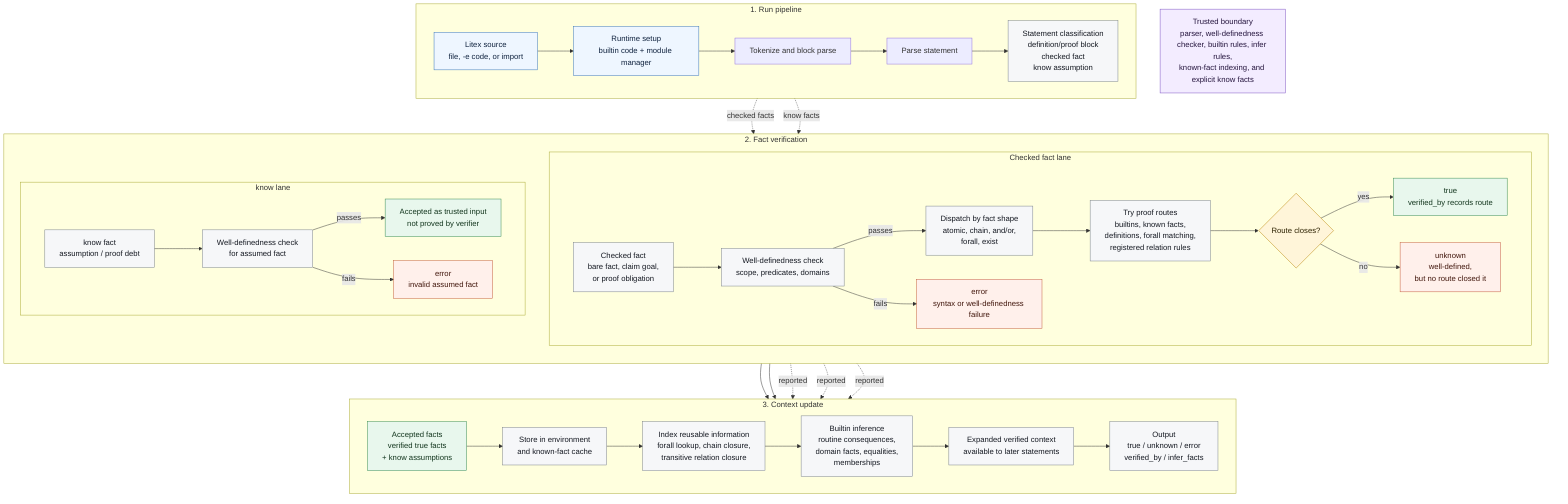
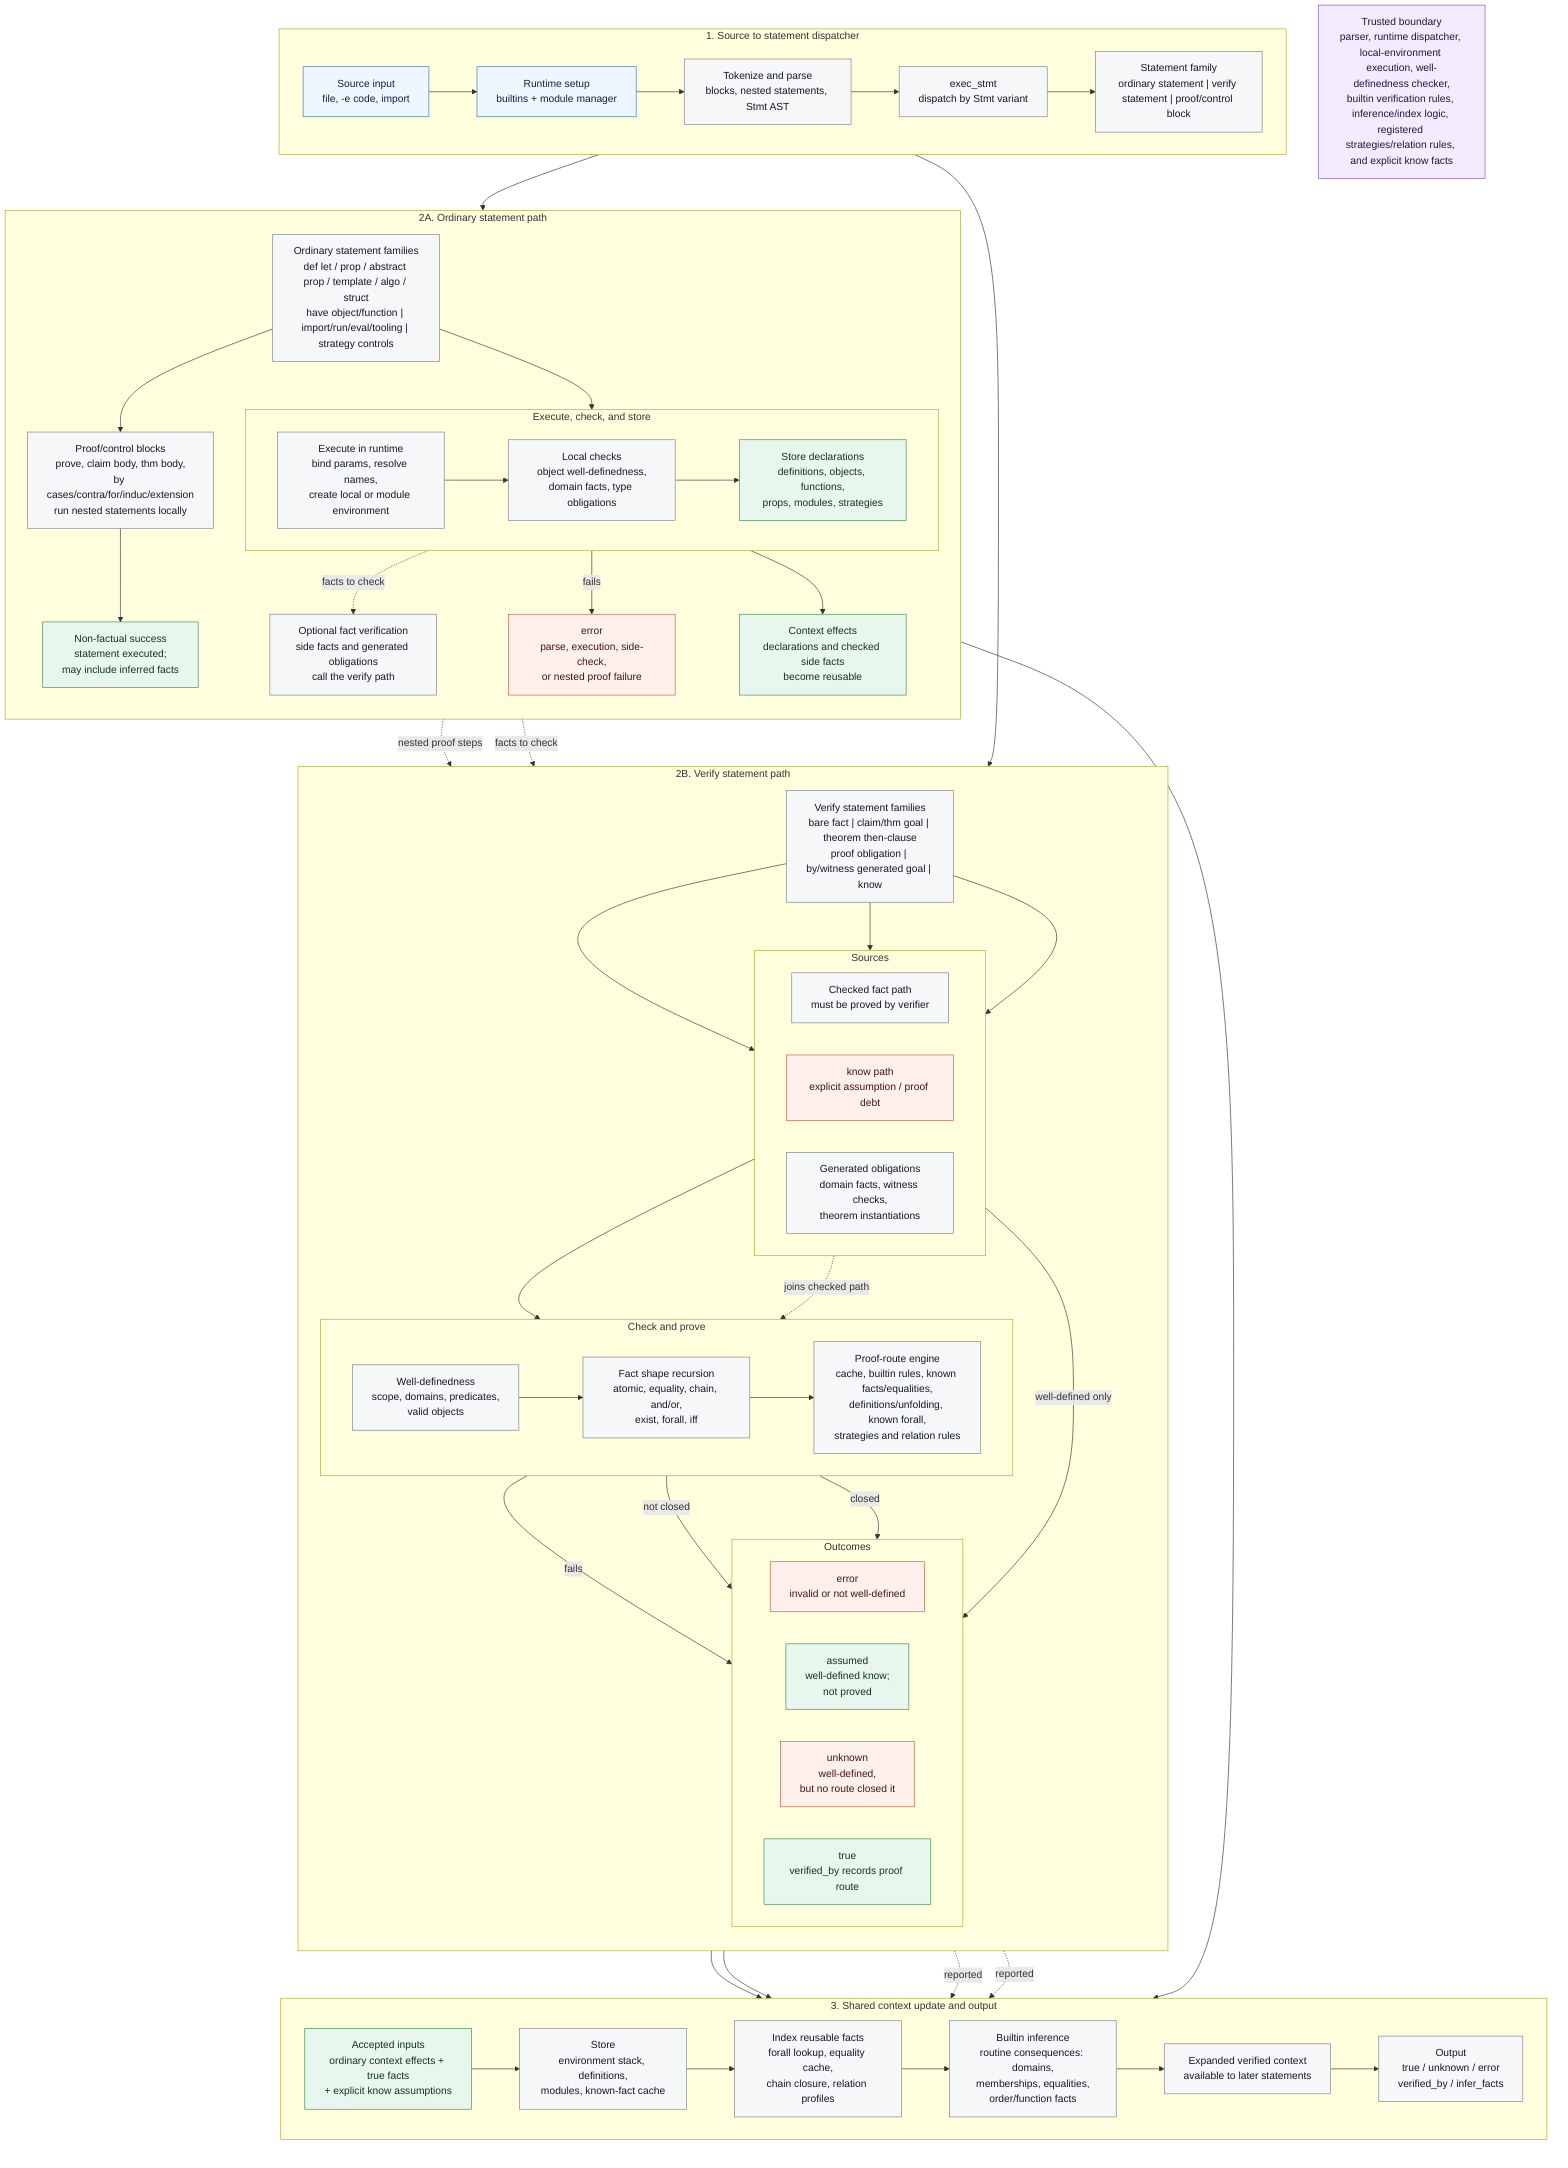
- %% Litex verifier flow.
+ %% Litex whole-run flow.
%% This is the canonical editable source for assets/verifier_flow.png.
- %% The rendered PNG keeps the top pipeline linear and uses separate lanes
- %% below it to avoid cross-region connector clutter.
+ %% The rendered PNG uses the same structure but is manually laid out for
+ %% publication quality.
flowchart TB
-     subgraph run["1. Run pipeline"]
+     subgraph source["1. Source to statement dispatcher"]
        direction LR
-         source["Litex source<br/>file, -e code, or import"]
-         runtime["Runtime setup<br/>builtin code + module manager"]
-         tokenize["Tokenize and block parse"]
-         parse["Parse statement"]
-         classify["Statement classification<br/>definition/proof block<br/>checked fact<br/>know assumption"]
+         input["Source input<br/>file, -e code, import"]
+         runtime["Runtime setup<br/>builtins + module manager"]
+         parse["Tokenize and parse<br/>blocks, nested statements, Stmt AST"]
+         dispatch["exec_stmt<br/>dispatch by Stmt variant"]
+         family["Statement family<br/>ordinary statement | verify statement | proof/control block"]

-         source --> runtime --> tokenize --> parse --> classify
+         input --> runtime --> parse --> dispatch --> family
    end

-     subgraph verify["2. Fact verification"]
+     subgraph ordinary["2A. Ordinary statement path"]
        direction TB
+         ordinary_family["Ordinary statement families<br/>def let / prop / abstract prop / template / algo / struct<br/>have object/function | import/run/eval/tooling | strategy controls"]

-         subgraph checked_lane["Checked fact lane"]
+         subgraph ordinary_core["Execute, check, and store"]
            direction LR
-             checked["Checked fact<br/>bare fact, claim goal,<br/>or proof obligation"]
-             wd["Well-definedness check<br/>scope, predicates, domains"]
-             shape["Dispatch by fact shape<br/>atomic, chain, and/or,<br/>forall, exist"]
-             routes["Try proof routes<br/>builtins, known facts,<br/>definitions, forall matching,<br/>registered relation rules"]
-             route_ok{"Route closes?"}
-             proved["true<br/>verified_by records route"]
-             unknown["unknown<br/>well-defined,<br/>but no route closed it"]
-             err["error<br/>syntax or well-definedness failure"]
- 
-             checked --> wd
-             wd -->|"passes"| shape --> routes --> route_ok
-             wd -->|"fails"| err
-             route_ok -->|"yes"| proved
-             route_ok -->|"no"| unknown
+             exec_runtime["Execute in runtime<br/>bind params, resolve names,<br/>create local or module environment"]
+             local_checks["Local checks<br/>object well-definedness,<br/>domain facts, type obligations"]
+             store_decls["Store declarations<br/>definitions, objects, functions,<br/>props, modules, strategies"]
        end

-         subgraph know_lane["know lane"]
-             direction LR
-             know["know fact<br/>assumption / proof debt"]
-             know_wd["Well-definedness check<br/>for assumed fact"]
-             assumed["Accepted as trusted input<br/>not proved by verifier"]
-             know_err["error<br/>invalid assumed fact"]
+         proof_blocks["Proof/control blocks<br/>prove, claim body, thm body,<br/>by cases/contra/for/induc/extension<br/>run nested statements locally"]
+         side_verify["Optional fact verification<br/>side facts and generated obligations<br/>call the verify path"]
+         ordinary_success["Non-factual success<br/>statement executed;<br/>may include inferred facts"]
+         ordinary_error["error<br/>parse, execution, side-check,<br/>or nested proof failure"]
+         context_effects["Context effects<br/>declarations and checked side facts<br/>become reusable"]

-             know --> know_wd
-             know_wd -->|"passes"| assumed
-             know_wd -->|"fails"| know_err
-         end
+         ordinary_family --> exec_runtime --> local_checks --> store_decls
+         ordinary_family --> proof_blocks
+         local_checks -. "facts to check" .-> side_verify
+         proof_blocks --> ordinary_success
+         local_checks -->|"fails"| ordinary_error
+         store_decls --> context_effects
    end

-     subgraph update["3. Context update"]
+     subgraph verify["2B. Verify statement path"]
+         direction TB
+         verify_family["Verify statement families<br/>bare fact | claim/thm goal | theorem then-clause<br/>proof obligation | by/witness generated goal | know"]
+ 
+         subgraph verify_sources["Sources"]
+             direction LR
+             checked["Checked fact path<br/>must be proved by verifier"]
+             know["know path<br/>explicit assumption / proof debt"]
+             generated["Generated obligations<br/>domain facts, witness checks,<br/>theorem instantiations"]
+         end
+ 
+         subgraph verify_core["Check and prove"]
+             direction LR
+             wd["Well-definedness<br/>scope, domains, predicates,<br/>valid objects"]
+             shape["Fact shape recursion<br/>atomic, equality, chain, and/or,<br/>exist, forall, iff"]
+             routes["Proof-route engine<br/>cache, builtin rules, known facts/equalities,<br/>definitions/unfolding, known forall,<br/>strategies and relation rules"]
+         end
+ 
+         subgraph outcomes["Outcomes"]
+             direction LR
+             err["error<br/>invalid or not well-defined"]
+             assumed["assumed<br/>well-defined know;<br/>not proved"]
+             unknown["unknown<br/>well-defined,<br/>but no route closed it"]
+             proved["true<br/>verified_by records proof route"]
+         end
+ 
+         verify_family --> checked
+         verify_family --> know
+         verify_family --> generated
+         checked --> wd
+         generated -. "joins checked path" .-> wd
+         wd --> shape --> routes
+         wd -->|"fails"| err
+         know -->|"well-defined only"| assumed
+         routes -->|"not closed"| unknown
+         routes -->|"closed"| proved
+     end
+ 
+     subgraph update["3. Shared context update and output"]
        direction LR
-         accepted["Accepted facts<br/>verified true facts<br/>+ know assumptions"]
-         store["Store in environment<br/>and known-fact cache"]
-         index["Index reusable information<br/>forall lookup, chain closure,<br/>transitive relation closure"]
-         infer["Builtin inference<br/>routine consequences,<br/>domain facts, equalities,<br/>memberships"]
+         accepted["Accepted inputs<br/>ordinary context effects + true facts<br/>+ explicit know assumptions"]
+         store["Store<br/>environment stack, definitions,<br/>modules, known-fact cache"]
+         index["Index reusable facts<br/>forall lookup, equality cache,<br/>chain closure, relation profiles"]
+         infer["Builtin inference<br/>routine consequences: domains,<br/>memberships, equalities,<br/>order/function facts"]
        context["Expanded verified context<br/>available to later statements"]
        output["Output<br/>true / unknown / error<br/>verified_by / infer_facts"]

        accepted --> store --> index --> infer --> context --> output
    end

-     classify -. "checked facts" .-> checked
-     classify -. "know facts" .-> know
+     family --> ordinary_family
+     family --> verify_family
+     proof_blocks -. "nested proof steps" .-> verify_family
+     side_verify -. "facts to check" .-> wd
+     context_effects --> accepted
    proved --> accepted
    assumed --> accepted
    unknown -. "reported" .-> output
    err -. "reported" .-> output
-     know_err -. "reported" .-> output

-     boundary["Trusted boundary<br/>parser, well-definedness checker, builtin rules, infer rules,<br/>known-fact indexing, and explicit know facts"]
+     boundary["Trusted boundary<br/>parser, runtime dispatcher, local-environment execution, well-definedness checker,<br/>builtin verification rules, inference/index logic, registered strategies/relation rules, and explicit know facts"]
+ 
    classDef input fill:#eef6ff,stroke:#3673b8,color:#10233f;
    classDef process fill:#f6f7f9,stroke:#79808a,color:#151922;
    classDef decision fill:#fff5d9,stroke:#b98300,color:#2c2100;
    classDef success fill:#e8f7ed,stroke:#348a50,color:#12351d;
    classDef warn fill:#fff0eb,stroke:#c45b3c,color:#42170d;
    classDef trusted fill:#f3ecff,stroke:#7a4fc2,color:#25153e;

-     class source,runtime input;
-     class classify,checked,know,wd,shape,routes,store,index,infer,context,output,know_wd process;
-     class route_ok decision;
-     class proved,accepted,assumed success;
-     class err,unknown,know_err warn;
+     class input,runtime input;
+     class parse,dispatch,family,ordinary_family,exec_runtime,local_checks,proof_blocks,side_verify,wd,shape,routes,store,index,infer,context,output,verify_family,checked,generated process;
+     class store_decls,ordinary_success,context_effects,proved,accepted,assumed success;
+     class ordinary_error,err,unknown,know warn;
    class boundary trusted;
